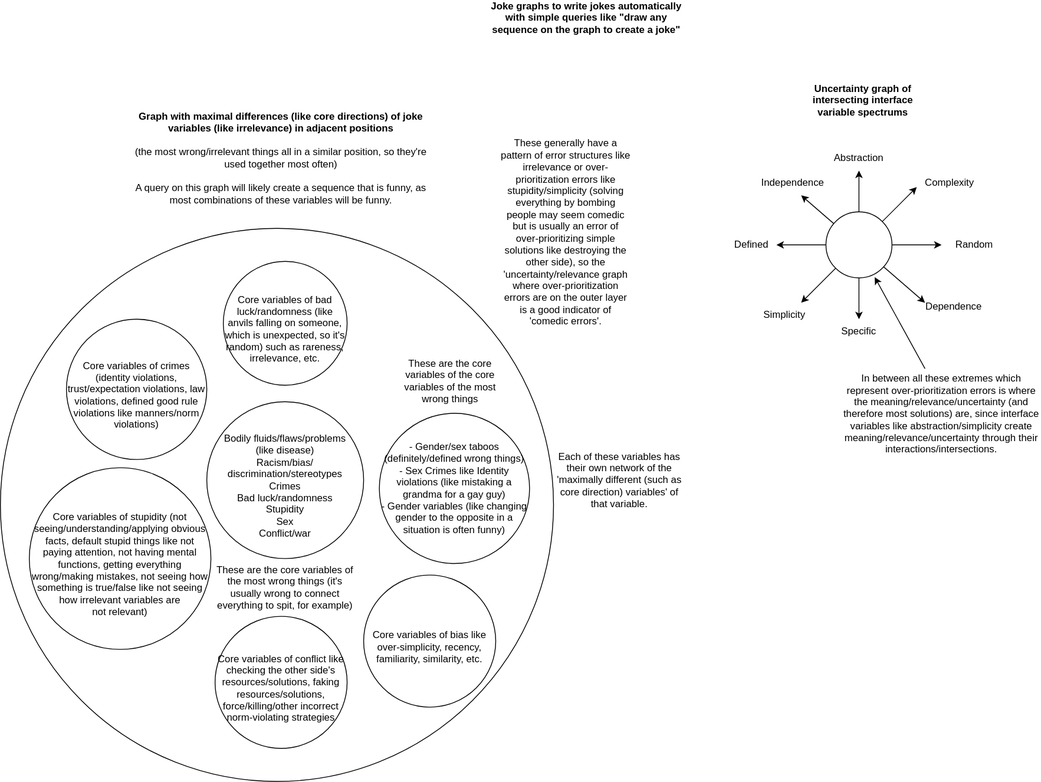
outdreamer/build-a-cure keeps this draw.io diagram as docs/objects/example_joke_graph.drawio.svg. Above is the earlier version. Source tidied: cells renumbered, new cells last; positions are measured from the earlier drawing's top-left corner, leaving out a move shared by most shapes. The source it was exported from:
```xml
<mxGraphModel>
  <root>
    <mxCell id="0" />
    <mxCell id="1" parent="0" />
    <mxCell id="2" style="ellipse;whiteSpace=wrap;html=1;" parent="1" vertex="1">
      <mxGeometry y="270" width="670" height="670" as="geometry" />
    </mxCell>
    <mxCell id="3" value="&lt;b&gt;Graph with maximal differences (like core directions) of joke variables (like irrelevance) in adjacent positions &lt;br&gt;&lt;br&gt;&lt;/b&gt;(the most wrong/irrelevant things all in a similar position, so they're used together most often)&lt;br&gt;&lt;br&gt;A query on this graph will likely create a sequence that is funny, as most combinations of these variables will be funny." style="text;html=1;strokeColor=none;fillColor=none;align=center;verticalAlign=middle;whiteSpace=wrap;rounded=0;" parent="1" vertex="1">
      <mxGeometry x="155" y="170" width="370" height="30" as="geometry" />
    </mxCell>
    <mxCell id="4" value="Joke graphs to write jokes automatically with simple queries like &quot;draw any sequence on the graph to create a joke&quot;" style="text;html=1;strokeColor=none;fillColor=none;align=center;verticalAlign=middle;whiteSpace=wrap;rounded=0;fontStyle=1;" parent="1" vertex="1">
      <mxGeometry x="590" width="240" height="30" as="geometry" />
    </mxCell>
    <mxCell id="5" value="&lt;br&gt;Bodily fluids/flaws/problems&lt;br&gt;&amp;nbsp;(like disease)&amp;nbsp;&lt;br&gt;Racism/bias/&lt;br&gt;discrimination/stereotypes&lt;br&gt;Crimes&lt;br&gt;Bad luck/randomness&lt;br&gt;Stupidity&lt;br&gt;Sex&lt;br&gt;Conflict/war" style="ellipse;whiteSpace=wrap;html=1;" parent="1" vertex="1">
      <mxGeometry x="250" y="480" width="190" height="190" as="geometry" />
    </mxCell>
    <mxCell id="6" value="These are the core variables of the most wrong things (it's usually wrong to connect everything to spit, for example)" style="text;html=1;strokeColor=none;fillColor=none;align=center;verticalAlign=middle;whiteSpace=wrap;rounded=0;" parent="1" vertex="1">
      <mxGeometry x="255" y="690" width="180" height="30" as="geometry" />
    </mxCell>
    <mxCell id="7" value="- Gender/sex taboos (definitely/defined wrong things)&lt;br&gt;- Sex Crimes like Identity violations (like mistaking a grandma for a gay guy)&lt;br&gt;- Gender variables (like changing gender to the opposite in a situation is often funny)" style="ellipse;whiteSpace=wrap;html=1;" parent="1" vertex="1">
      <mxGeometry x="459" y="494" width="182" height="182" as="geometry" />
    </mxCell>
    <mxCell id="8" value="Each of these variables has their own network of the 'maximally different (such as core direction) variables' of that variable." style="text;html=1;strokeColor=none;fillColor=none;align=center;verticalAlign=middle;whiteSpace=wrap;rounded=0;" parent="1" vertex="1">
      <mxGeometry x="670" y="560" width="160" height="30" as="geometry" />
    </mxCell>
    <mxCell id="9" value="These are the core variables of the core variables of the most wrong things" style="text;html=1;strokeColor=none;fillColor=none;align=center;verticalAlign=middle;whiteSpace=wrap;rounded=0;" parent="1" vertex="1">
      <mxGeometry x="485" y="440" width="120" height="30" as="geometry" />
    </mxCell>
    <mxCell id="10" value="&lt;br&gt;Core variables of bad luck/randomness (like anvils falling on someone, which is unexpected, so it's random) such as rareness, irrelevance, etc." style="ellipse;whiteSpace=wrap;html=1;" parent="1" vertex="1">
      <mxGeometry x="270" y="310" width="150" height="150" as="geometry" />
    </mxCell>
    <mxCell id="11" value="&lt;br&gt;Core variables of crimes (identity violations, trust/expectation violations, law violations, defined good rule violations like manners/norm violations)" style="ellipse;whiteSpace=wrap;html=1;" parent="1" vertex="1">
      <mxGeometry x="80" y="380" width="170" height="170" as="geometry" />
    </mxCell>
    <mxCell id="12" value="&lt;br&gt;Core variables of conflict like checking the other side's resources/solutions, faking resources/solutions, force/killing/other incorrect norm-violating strategies" style="ellipse;whiteSpace=wrap;html=1;" parent="1" vertex="1">
      <mxGeometry x="260" y="740" width="160" height="160" as="geometry" />
    </mxCell>
    <mxCell id="13" value="&lt;br&gt;Core variables of stupidity (not seeing/understanding/applying obvious facts, default stupid things like not paying attention, not having mental functions, getting everything wrong/making mistakes, not seeing how something is true/false like not seeing how irrelevant variables are &lt;br&gt;not relevant)" style="ellipse;whiteSpace=wrap;html=1;" parent="1" vertex="1">
      <mxGeometry x="35" y="560" width="220" height="220" as="geometry" />
    </mxCell>
    <mxCell id="14" value="These generally have a pattern of error structures like irrelevance or over-prioritization errors like stupidity/simplicity (solving everything by bombing people may seem comedic but is usually an error of over-prioritizing simple solutions like destroying the other side), so the 'uncertainty/relevance graph where over-prioritization errors are on the outer layer is a good indicator of 'comedic errors'." style="text;html=1;strokeColor=none;fillColor=none;align=center;verticalAlign=middle;whiteSpace=wrap;rounded=0;" parent="1" vertex="1">
      <mxGeometry x="605" y="260" width="160" height="30" as="geometry" />
    </mxCell>
    <mxCell id="15" value="&lt;br&gt;Core variables of bias like over-simplicity, recency, familiarity, similarity, etc." style="ellipse;whiteSpace=wrap;html=1;" parent="1" vertex="1">
      <mxGeometry x="440" y="690" width="160" height="160" as="geometry" />
    </mxCell>
    <mxCell id="16" style="endArrow=classic;startArrow=classic;html=1;rounded=0;" parent="1" edge="1">
      <mxGeometry relative="1" as="geometry">
        <mxPoint x="1040" y="380" as="sourcePoint" />
        <mxPoint x="1040" y="200" as="targetPoint" />
      </mxGeometry>
    </mxCell>
    <mxCell id="17" style="endArrow=classic;startArrow=classic;html=1;rounded=0;" parent="1" edge="1">
      <mxGeometry relative="1" as="geometry">
        <mxPoint x="970" y="360" as="sourcePoint" />
        <mxPoint x="1110" y="220" as="targetPoint" />
      </mxGeometry>
    </mxCell>
    <mxCell id="18" style="endArrow=classic;startArrow=classic;html=1;rounded=0;" parent="1" edge="1">
      <mxGeometry relative="1" as="geometry">
        <mxPoint x="940" y="290" as="sourcePoint" />
        <mxPoint x="1140" y="290" as="targetPoint" />
      </mxGeometry>
    </mxCell>
    <mxCell id="19" style="endArrow=classic;startArrow=classic;html=1;rounded=0;" parent="1" edge="1">
      <mxGeometry relative="1" as="geometry">
        <mxPoint x="970" y="230" as="sourcePoint" />
        <mxPoint x="1120" y="360" as="targetPoint" />
      </mxGeometry>
    </mxCell>
    <mxCell id="20" value="Simplicity" style="text;html=1;strokeColor=none;fillColor=none;align=center;verticalAlign=middle;whiteSpace=wrap;rounded=0;" parent="1" vertex="1">
      <mxGeometry x="920" y="360" width="60" height="30" as="geometry" />
    </mxCell>
    <mxCell id="21" value="Complexity" style="text;html=1;strokeColor=none;fillColor=none;align=center;verticalAlign=middle;whiteSpace=wrap;rounded=0;" parent="1" vertex="1">
      <mxGeometry x="1120" y="200" width="60" height="30" as="geometry" />
    </mxCell>
    <mxCell id="22" value="Abstraction" style="text;html=1;strokeColor=none;fillColor=none;align=center;verticalAlign=middle;whiteSpace=wrap;rounded=0;" parent="1" vertex="1">
      <mxGeometry x="1010" y="170" width="60" height="30" as="geometry" />
    </mxCell>
    <mxCell id="23" value="Specific" style="text;html=1;strokeColor=none;fillColor=none;align=center;verticalAlign=middle;whiteSpace=wrap;rounded=0;" parent="1" vertex="1">
      <mxGeometry x="1010" y="380" width="60" height="30" as="geometry" />
    </mxCell>
    <mxCell id="24" style="ellipse;whiteSpace=wrap;html=1;" parent="1" vertex="1">
      <mxGeometry x="1000" y="250" width="80" height="80" as="geometry" />
    </mxCell>
    <mxCell id="25" style="endArrow=classic;html=1;rounded=0;entryX=0.738;entryY=0.988;entryDx=0;entryDy=0;entryPerimeter=0;" parent="1" edge="1" target="24">
      <mxGeometry relative="1" as="geometry">
        <mxPoint x="1120" y="440" as="sourcePoint" />
      </mxGeometry>
    </mxCell>
    <mxCell id="26" value="In between all these extremes which represent over-prioritization errors is where the meaning/relevance/uncertainty (and therefore most solutions) are, since interface variables like abstraction/simplicity create meaning/relevance/uncertainty through their interactions/intersections." style="text;html=1;strokeColor=none;fillColor=none;align=center;verticalAlign=middle;whiteSpace=wrap;rounded=0;" parent="1" vertex="1">
      <mxGeometry x="1020" y="480" width="240" height="30" as="geometry" />
    </mxCell>
    <mxCell id="27" value="Random" style="text;html=1;strokeColor=none;fillColor=none;align=center;verticalAlign=middle;whiteSpace=wrap;rounded=0;" parent="1" vertex="1">
      <mxGeometry x="1150" y="275" width="60" height="30" as="geometry" />
    </mxCell>
    <mxCell id="28" value="Independence" style="text;html=1;strokeColor=none;fillColor=none;align=center;verticalAlign=middle;whiteSpace=wrap;rounded=0;" parent="1" vertex="1">
      <mxGeometry x="930" y="200" width="60" height="30" as="geometry" />
    </mxCell>
    <mxCell id="29" value="Defined" style="text;html=1;strokeColor=none;fillColor=none;align=center;verticalAlign=middle;whiteSpace=wrap;rounded=0;" parent="1" vertex="1">
      <mxGeometry x="880" y="275" width="60" height="30" as="geometry" />
    </mxCell>
    <mxCell id="30" value="Dependence" style="text;html=1;strokeColor=none;fillColor=none;align=center;verticalAlign=middle;whiteSpace=wrap;rounded=0;" parent="1" vertex="1">
      <mxGeometry x="1125" y="350" width="60" height="30" as="geometry" />
    </mxCell>
    <mxCell id="31" value="Uncertainty graph of intersecting interface variable spectrums" style="text;html=1;strokeColor=none;fillColor=none;align=center;verticalAlign=middle;whiteSpace=wrap;rounded=0;fontStyle=1;" parent="1" vertex="1">
      <mxGeometry x="965" y="100" width="160" height="30" as="geometry" />
    </mxCell>
  </root>
</mxGraphModel>
```
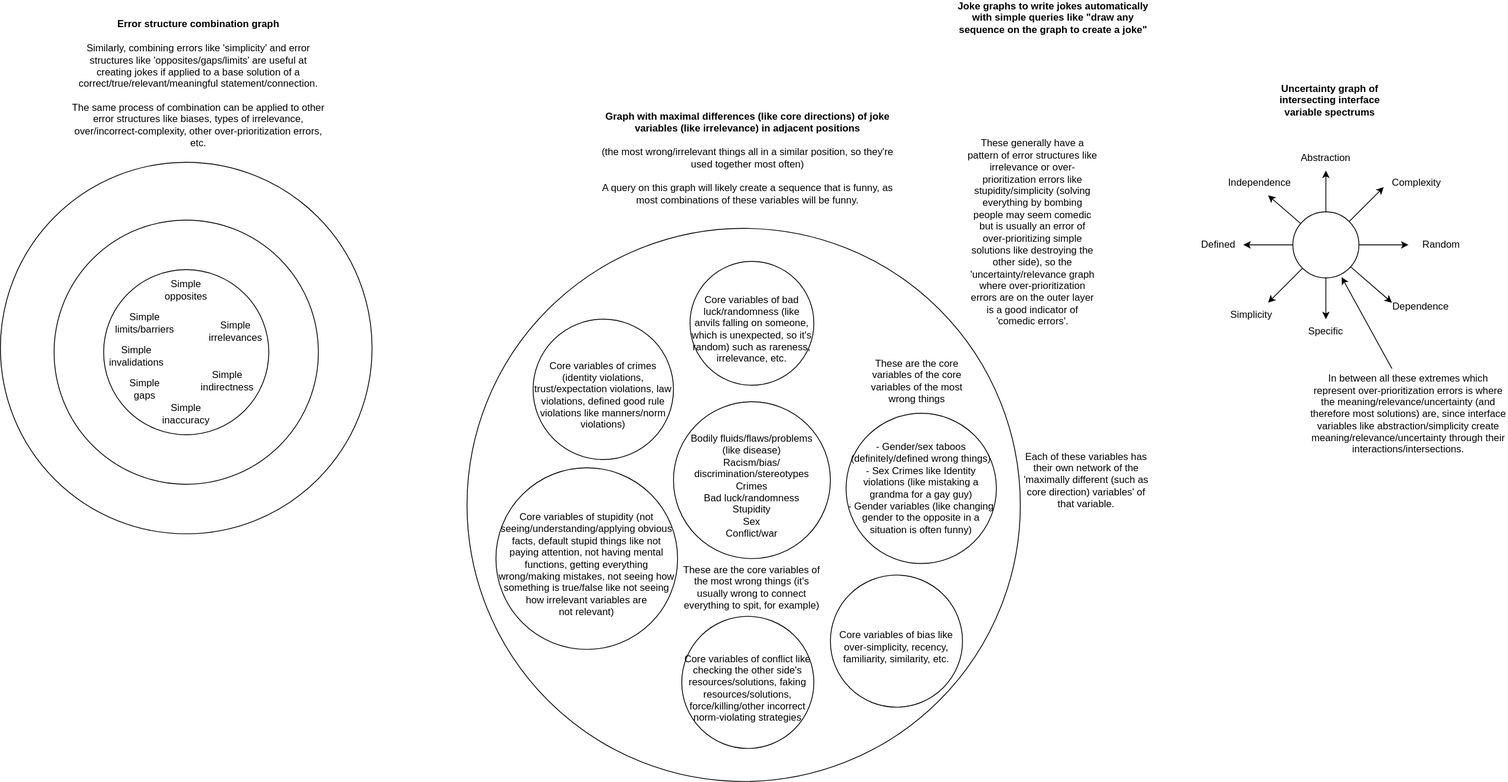
The same diagram one commit later.

Change to the diagram source:
```diff
@@ -2,6 +2,12 @@
   <root>
     <mxCell id="0" />
     <mxCell id="1" parent="0" />
+    <mxCell id="32" style="ellipse;whiteSpace=wrap;html=1;" parent="1" vertex="1">
+      <mxGeometry x="-565" y="190" width="450" height="450" as="geometry" />
+    </mxCell>
+    <mxCell id="33" style="ellipse;whiteSpace=wrap;html=1;" parent="1" vertex="1">
+      <mxGeometry x="-500" y="260" width="320" height="320" as="geometry" />
+    </mxCell>
     <mxCell id="2" style="ellipse;whiteSpace=wrap;html=1;" parent="1" vertex="1">
       <mxGeometry y="270" width="670" height="670" as="geometry" />
     </mxCell>
@@ -106,5 +112,32 @@
     <mxCell id="31" value="Uncertainty graph of intersecting interface variable spectrums" style="text;html=1;strokeColor=none;fillColor=none;align=center;verticalAlign=middle;whiteSpace=wrap;rounded=0;fontStyle=1;" parent="1" vertex="1">
       <mxGeometry x="965" y="100" width="160" height="30" as="geometry" />
     </mxCell>
+    <mxCell id="34" style="ellipse;whiteSpace=wrap;html=1;" parent="1" vertex="1">
+      <mxGeometry x="-440" y="320" width="200" height="200" as="geometry" />
+    </mxCell>
+    <mxCell id="35" value="Simple opposites" style="text;html=1;strokeColor=none;fillColor=none;align=center;verticalAlign=middle;whiteSpace=wrap;rounded=0;" parent="1" vertex="1">
+      <mxGeometry x="-370" y="330" width="60" height="30" as="geometry" />
+    </mxCell>
+    <mxCell id="36" value="Simple irrelevances" style="text;html=1;strokeColor=none;fillColor=none;align=center;verticalAlign=middle;whiteSpace=wrap;rounded=0;" parent="1" vertex="1">
+      <mxGeometry x="-310" y="380" width="60" height="30" as="geometry" />
+    </mxCell>
+    <mxCell id="37" value="Simple indirectness" style="text;html=1;strokeColor=none;fillColor=none;align=center;verticalAlign=middle;whiteSpace=wrap;rounded=0;" parent="1" vertex="1">
+      <mxGeometry x="-320" y="440" width="60" height="30" as="geometry" />
+    </mxCell>
+    <mxCell id="38" value="Simple inaccuracy" style="text;html=1;strokeColor=none;fillColor=none;align=center;verticalAlign=middle;whiteSpace=wrap;rounded=0;" parent="1" vertex="1">
+      <mxGeometry x="-370" y="480" width="60" height="30" as="geometry" />
+    </mxCell>
+    <mxCell id="39" value="&lt;b&gt;Error structure combination graph&lt;br&gt;&lt;/b&gt;&lt;br&gt;Similarly, combining errors like 'simplicity' and error structures like 'opposites/gaps/limits' are useful at creating jokes if applied to a base solution of a correct/true/relevant/meaningful statement/connection.&lt;br&gt;&lt;br&gt;The same process of combination can be applied to other error structures like biases, types of irrelevance, over/incorrect-complexity, other over-prioritization errors, etc." style="text;html=1;strokeColor=none;fillColor=none;align=center;verticalAlign=middle;whiteSpace=wrap;rounded=0;" parent="1" vertex="1">
+      <mxGeometry x="-480" y="80" width="310" height="30" as="geometry" />
+    </mxCell>
+    <mxCell id="40" value="Simple limits/barriers" style="text;html=1;strokeColor=none;fillColor=none;align=center;verticalAlign=middle;whiteSpace=wrap;rounded=0;" parent="1" vertex="1">
+      <mxGeometry x="-420" y="370" width="60" height="30" as="geometry" />
+    </mxCell>
+    <mxCell id="41" value="Simple invalidations" style="text;html=1;strokeColor=none;fillColor=none;align=center;verticalAlign=middle;whiteSpace=wrap;rounded=0;" parent="1" vertex="1">
+      <mxGeometry x="-430" y="410" width="60" height="30" as="geometry" />
+    </mxCell>
+    <mxCell id="42" value="Simple gaps" style="text;html=1;strokeColor=none;fillColor=none;align=center;verticalAlign=middle;whiteSpace=wrap;rounded=0;" parent="1" vertex="1">
+      <mxGeometry x="-420" y="450" width="60" height="30" as="geometry" />
+    </mxCell>
   </root>
 </mxGraphModel>
```
